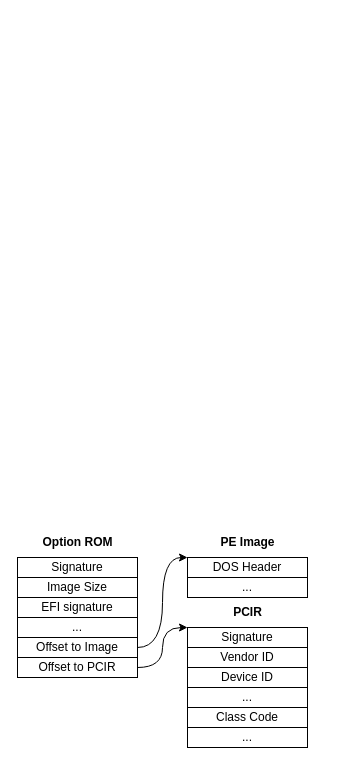
This is blog/raw/option-rom/drawings.drawio from DavidVentura/blog, a draw.io file, before an edit. Source tidied: cells renumbered, new cells numbered last; positions are measured from the earlier drawing's top-left corner, leaving out a move shared by most shapes. Both pictures are drawn from the tidied source at 100%, with x=0, y=0 at pixel (17, 527).
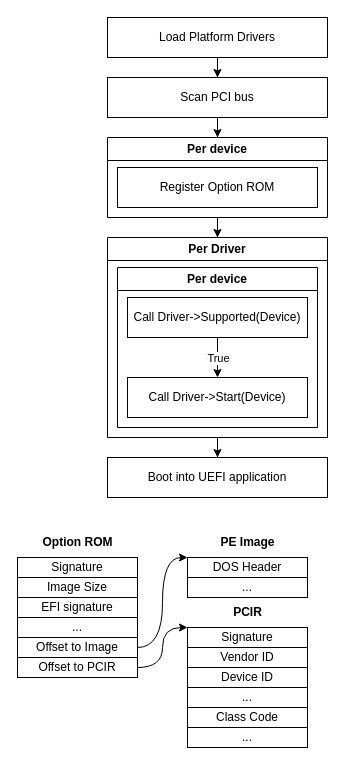
The same page after the edit.

What changed in the source:
```diff
@@
+    <mxCell id="24" style="edgeStyle=orthogonalEdgeStyle;rounded=0;jettySize=auto;html=1;entryX=0.5;entryY=0;entryDx=0;entryDy=0;" parent="1" edge="1" source="25" target="27">
+      <mxGeometry relative="1" as="geometry" />
+    </mxCell>
+    <mxCell id="25" value="Load Platform Drivers" style="rounded=0;whiteSpace=wrap;html=1;" parent="1" vertex="1">
+      <mxGeometry x="90" y="-510" width="220" height="40" as="geometry" />
+    </mxCell>
+    <mxCell id="26" style="edgeStyle=orthogonalEdgeStyle;rounded=0;jettySize=auto;html=1;entryX=0.5;entryY=0;entryDx=0;entryDy=0;" parent="1" edge="1" source="27" target="29">
+      <mxGeometry relative="1" as="geometry" />
+    </mxCell>
+    <mxCell id="27" value="Scan PCI bus" style="rounded=0;whiteSpace=wrap;html=1;" parent="1" vertex="1">
+      <mxGeometry x="90" y="-450" width="220" height="40" as="geometry" />
+    </mxCell>
+    <mxCell id="28" style="edgeStyle=orthogonalEdgeStyle;rounded=0;jettySize=auto;html=1;entryX=0.5;entryY=0;entryDx=0;entryDy=0;" parent="1" edge="1" source="29" target="32">
+      <mxGeometry relative="1" as="geometry" />
+    </mxCell>
+    <mxCell id="29" value="Per device" style="swimlane;whiteSpace=wrap;html=1;" parent="1" vertex="1">
+      <mxGeometry x="90" y="-390" width="220" height="80" as="geometry" />
+    </mxCell>
+    <mxCell id="30" value="Register Option ROM" style="rounded=0;whiteSpace=wrap;html=1;" parent="29" vertex="1">
+      <mxGeometry x="10" y="30" width="200" height="40" as="geometry" />
+    </mxCell>
+    <mxCell id="31" style="edgeStyle=orthogonalEdgeStyle;rounded=0;jettySize=auto;html=1;" parent="1" edge="1" source="32" target="38">
+      <mxGeometry relative="1" as="geometry" />
+    </mxCell>
+    <mxCell id="32" value="Per Driver" style="swimlane;whiteSpace=wrap;html=1;" parent="1" vertex="1">
+      <mxGeometry x="90" y="-290" width="220" height="200" as="geometry" />
+    </mxCell>
+    <mxCell id="33" value="Per device" style="swimlane;whiteSpace=wrap;html=1;" parent="32" vertex="1">
+      <mxGeometry x="10" y="30" width="200" height="160" as="geometry" />
+    </mxCell>
+    <mxCell id="34" style="edgeStyle=orthogonalEdgeStyle;rounded=0;jettySize=auto;html=1;" parent="33" edge="1" source="36" target="37">
+      <mxGeometry relative="1" as="geometry" />
+    </mxCell>
+    <mxCell id="35" value="True" style="edgeLabel;html=1;align=center;verticalAlign=middle;" parent="34" vertex="1">
+      <mxGeometry x="-0.01" relative="1" as="geometry" />
+    </mxCell>
+    <mxCell id="36" value="Call Driver-&amp;gt;Supported(Device)" style="rounded=0;whiteSpace=wrap;html=1;" parent="33" vertex="1">
+      <mxGeometry x="10" y="30" width="180" height="40" as="geometry" />
+    </mxCell>
+    <mxCell id="37" value="Call Driver-&amp;gt;Start(Device)" style="rounded=0;whiteSpace=wrap;html=1;" parent="33" vertex="1">
+      <mxGeometry x="10" y="110" width="180" height="40" as="geometry" />
+    </mxCell>
+    <mxCell id="38" value="Boot into UEFI application" style="rounded=0;whiteSpace=wrap;html=1;" parent="1" vertex="1">
+      <mxGeometry x="90" y="-70" width="220" height="40" as="geometry" />
+    </mxCell>
```
